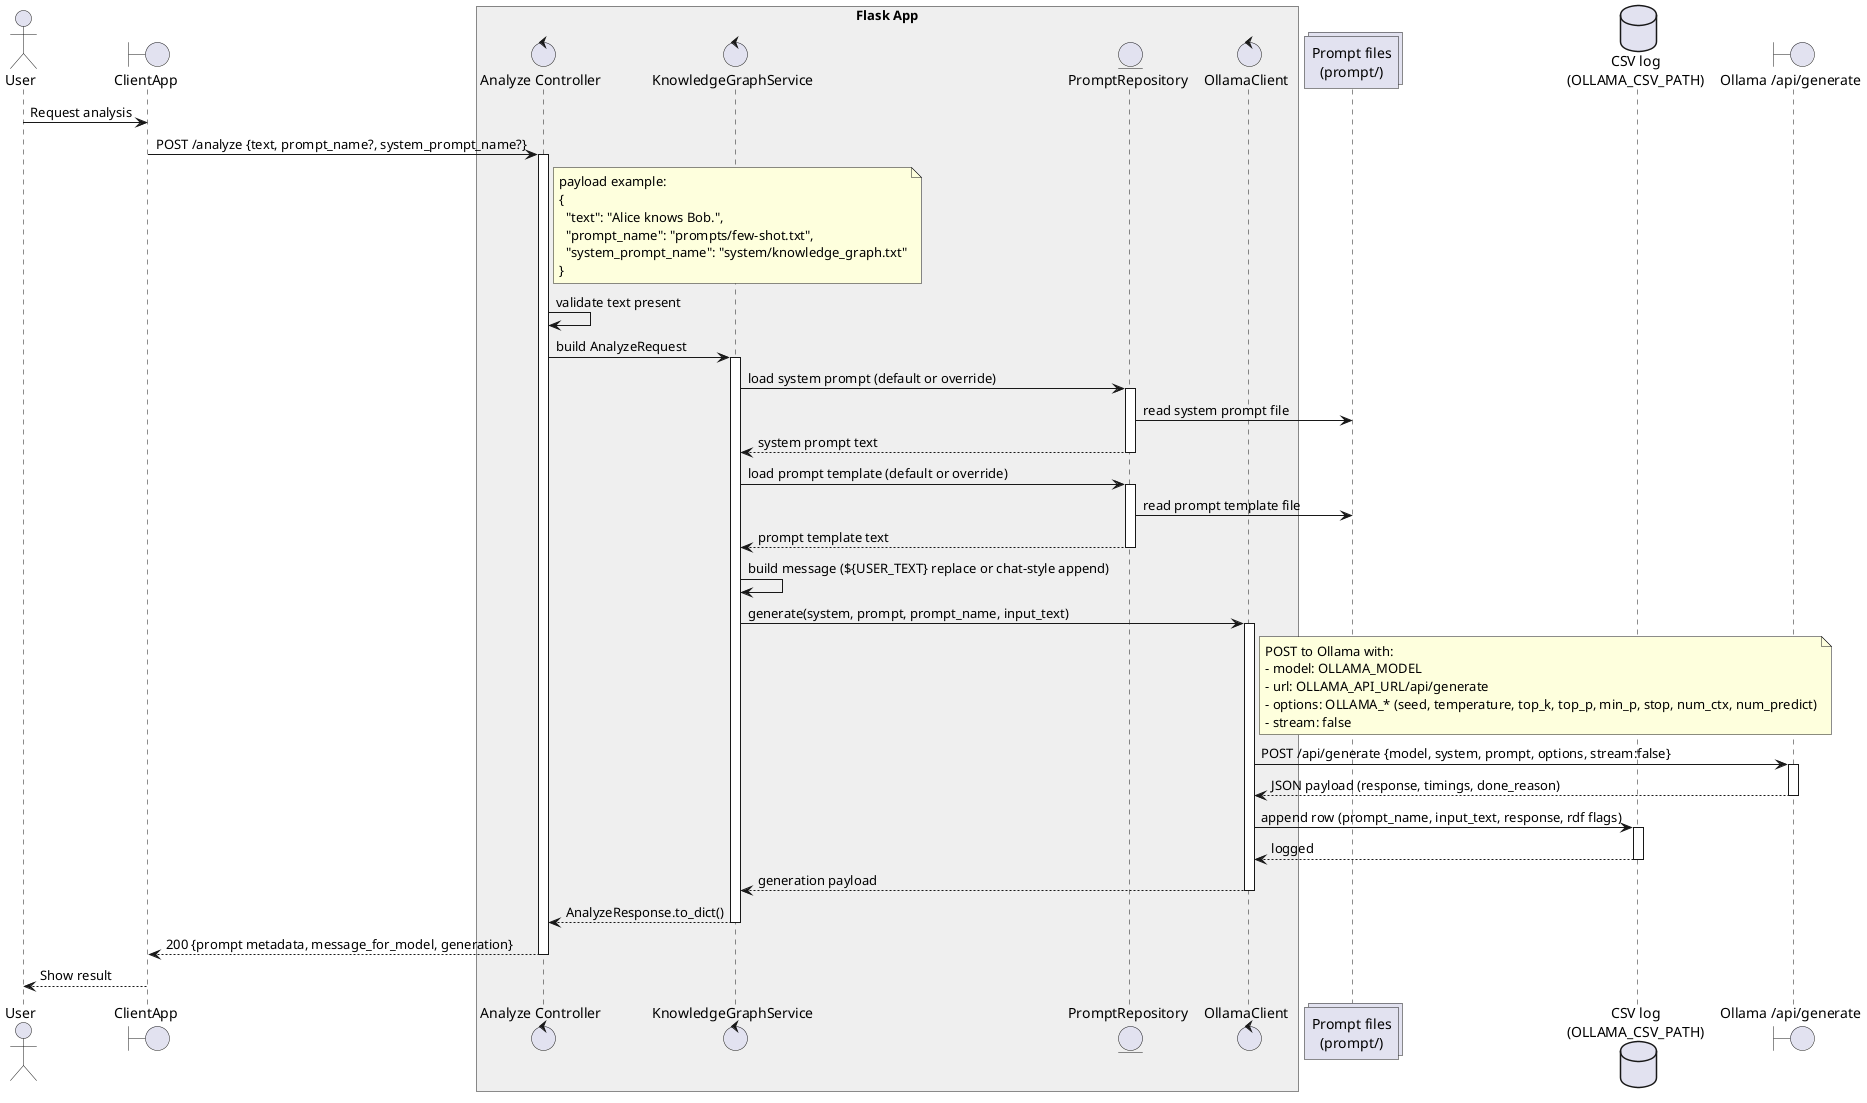
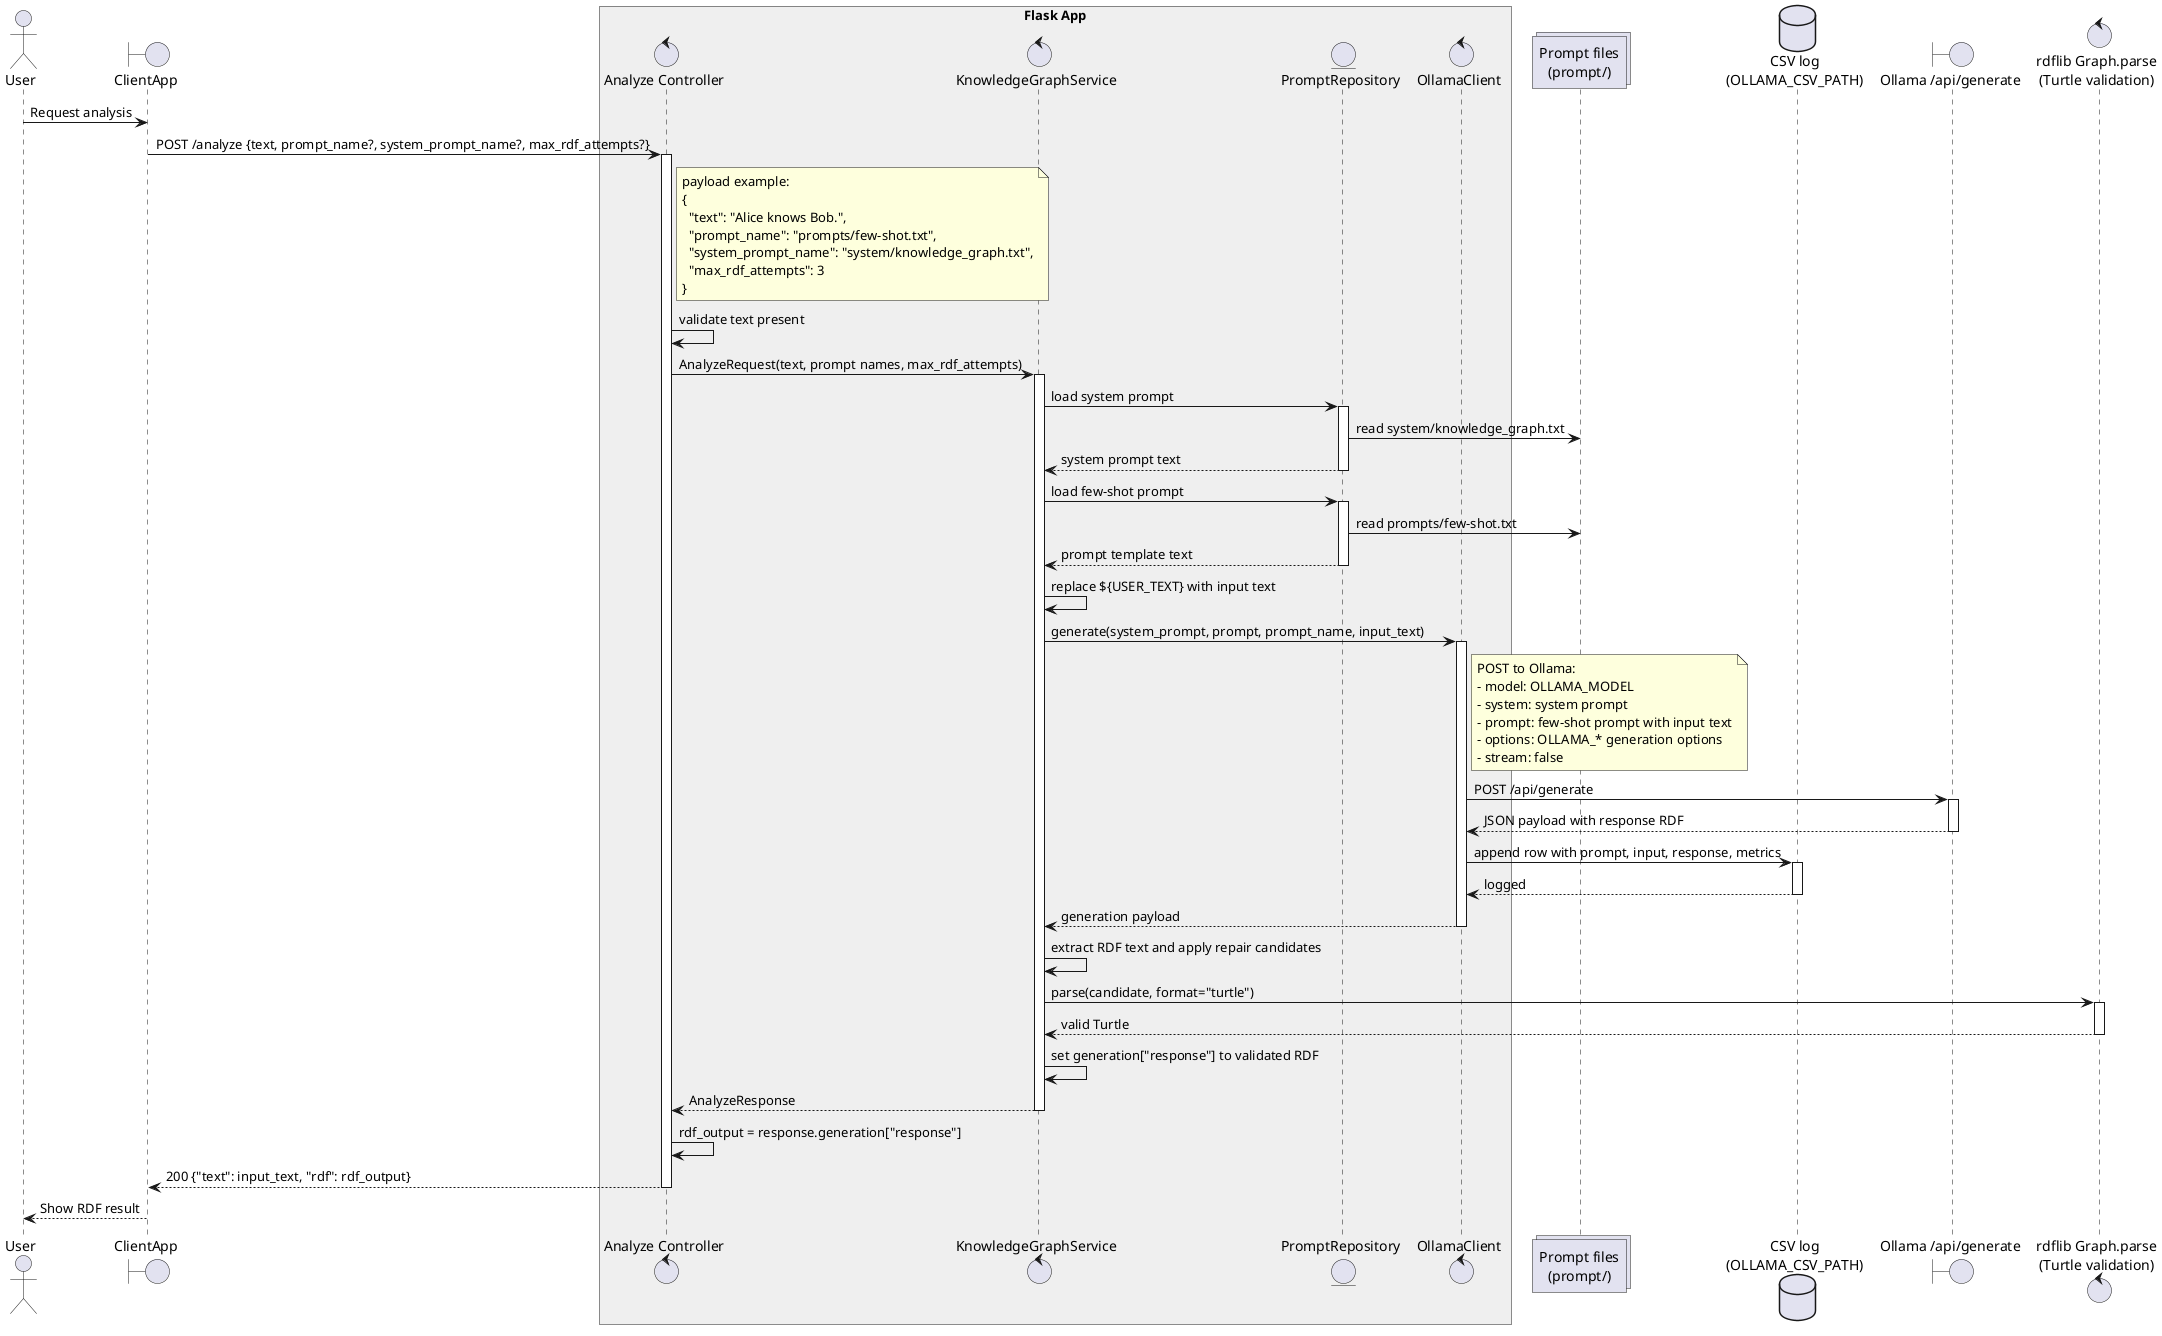
- ﻿@startuml
+ @startuml
actor User
boundary ClientApp as Client

box "Flask App" #EFEFEF
  control "Analyze Controller" as Controller
  control "KnowledgeGraphService" as Service
  entity "PromptRepository" as Repo
  control "OllamaClient" as OC
end box

collections "Prompt files\n(prompt/)" as PromptFiles
database "CSV log\n(OLLAMA_CSV_PATH)" as CSV
boundary "Ollama /api/generate" as OA
+ control "rdflib Graph.parse\n(Turtle validation)" as RDF

User -> Client: Request analysis
- Client -> Controller ++: POST /analyze {text, prompt_name?, system_prompt_name?}
+ Client -> Controller ++: POST /analyze {text, prompt_name?, system_prompt_name?, max_rdf_attempts?}
note right of Controller
payload example:
{
  "text": "Alice knows Bob.",
  "prompt_name": "prompts/few-shot.txt",
-   "system_prompt_name": "system/knowledge_graph.txt"
+   "system_prompt_name": "system/knowledge_graph.txt",
+   "max_rdf_attempts": 3
}
end note
+ 
Controller -> Controller: validate text present
- Controller -> Service ++: build AnalyzeRequest
+ Controller -> Service ++: AnalyzeRequest(text, prompt names, max_rdf_attempts)

- Service -> Repo ++: load system prompt (default or override)
- Repo -> PromptFiles: read system prompt file
+ Service -> Repo ++: load system prompt
+ Repo -> PromptFiles: read system/knowledge_graph.txt
Repo --> Service --: system prompt text
- Service -> Repo ++: load prompt template (default or override)
- Repo -> PromptFiles: read prompt template file
+ 
+ Service -> Repo ++: load few-shot prompt
+ Repo -> PromptFiles: read prompts/few-shot.txt
Repo --> Service --: prompt template text
- Service -> Service: build message (${USER_TEXT} replace or chat-style append)

- Service -> OC ++: generate(system, prompt, prompt_name, input_text)
+ Service -> Service: replace ${USER_TEXT} with input text
+ 
+ Service -> OC ++: generate(system_prompt, prompt, prompt_name, input_text)
note right of OC
- POST to Ollama with:
+ POST to Ollama:
- model: OLLAMA_MODEL
- - url: OLLAMA_API_URL/api/generate
- - options: OLLAMA_* (seed, temperature, top_k, top_p, min_p, stop, num_ctx, num_predict)
+ - system: system prompt
+ - prompt: few-shot prompt with input text
+ - options: OLLAMA_* generation options
- stream: false
end note
- OC -> OA ++: POST /api/generate {model, system, prompt, options, stream:false}
- OA --> OC --: JSON payload (response, timings, done_reason)

- OC -> CSV ++: append row (prompt_name, input_text, response, rdf flags)
+ OC -> OA ++: POST /api/generate
+ OA --> OC --: JSON payload with response RDF
+ 
+ OC -> CSV ++: append row with prompt, input, response, metrics
CSV --> OC --: logged
OC --> Service --: generation payload
- Service --> Controller --: AnalyzeResponse.to_dict()
- Controller --> Client --: 200 {prompt metadata, message_for_model, generation}
- Client --> User: Show result
- @enduml+ 
+ Service -> Service: extract RDF text and apply repair candidates
+ Service -> RDF ++: parse(candidate, format="turtle")
+ RDF --> Service --: valid Turtle
+ 
+ Service -> Service: set generation["response"] to validated RDF
+ Service --> Controller --: AnalyzeResponse
+ 
+ Controller -> Controller: rdf_output = response.generation["response"]
+ Controller --> Client --: 200 {"text": input_text, "rdf": rdf_output}
+ Client --> User: Show RDF result
+ 
+ @enduml
